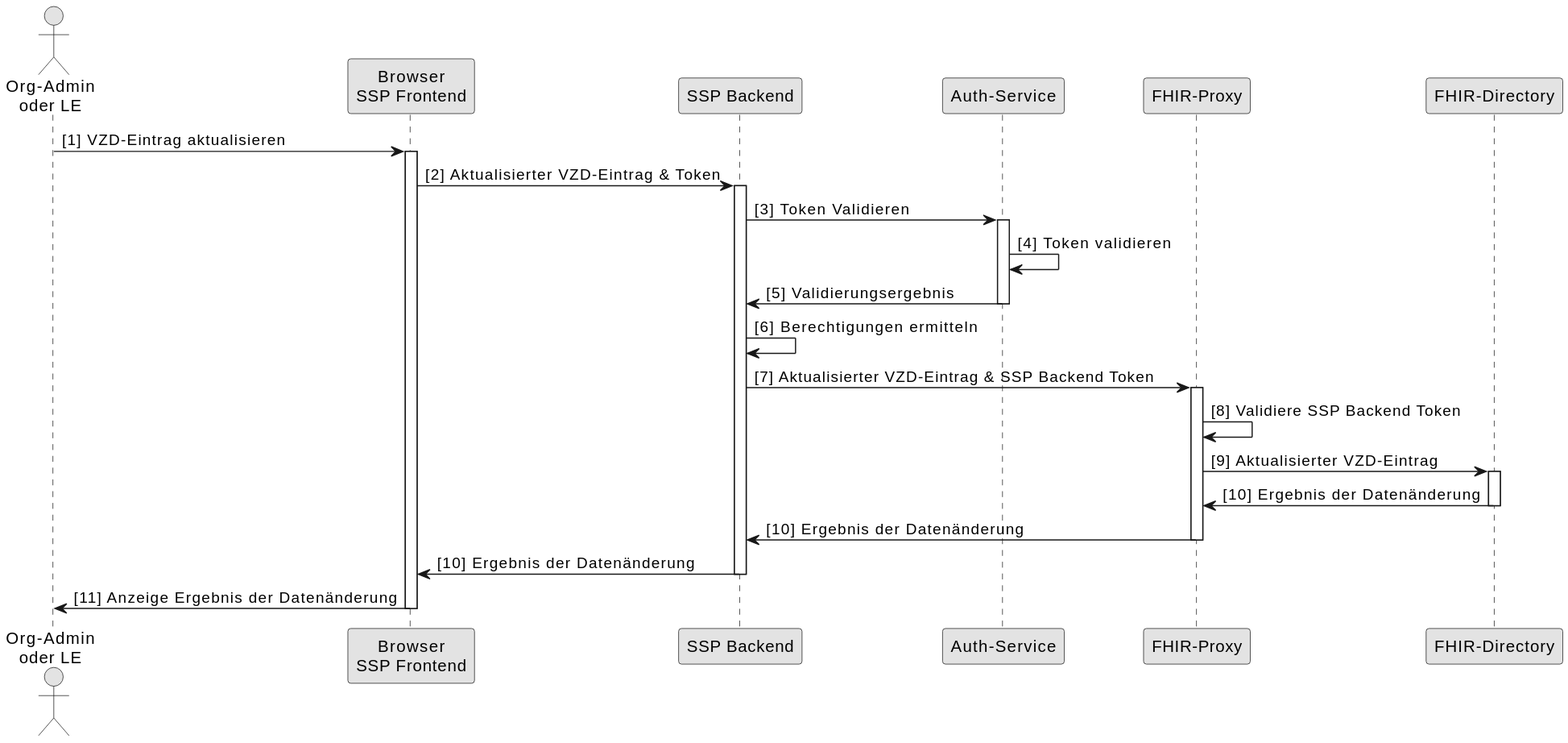
The PlantUML diagram images/diagrams/SequenceDiagram.FHIR-Directory.SSP.Update.svg in gematik/api-vzd, before a commit.
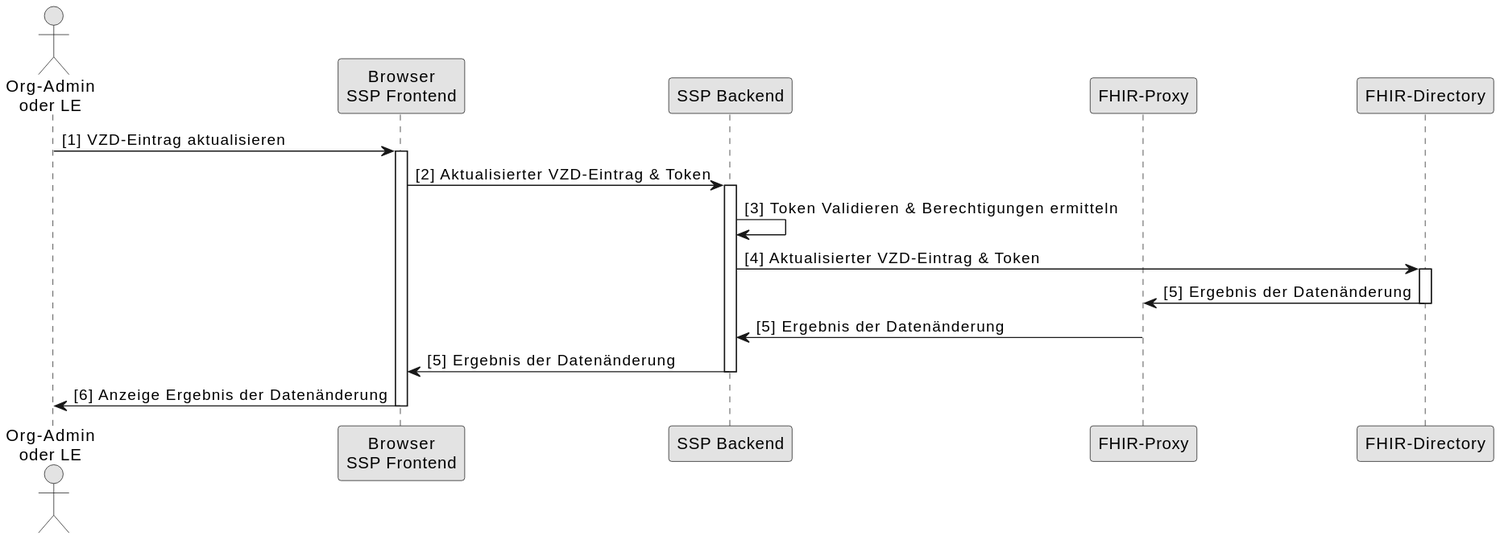
The same diagram one commit later.

Commit message:
Commit from GitHub Actions (GeneratePlantumlImages)

The edit, as a diff of the source:
```diff
@@ -6,7 +6,6 @@
 actor o as "Org-Admin\noder LE"
 participant cl as "Browser\nSSP Frontend"
 participant be as "SSP Backend"
-participant au as "Auth-Service"
 participant fp as "FHIR-Proxy"
 participant fd as "FHIR-Directory"
 
@@ -16,26 +15,17 @@
 cl -> be: [2] Aktualisierter VZD-Eintrag & Token
 activate be
 
-be -> au: [3] Token Validieren
-activate au
-au -> au: [4] Token validieren
-au -> be: [5] Validierungsergebnis
-deactivate au
+be -> be: [3] Token Validieren & Berechtigungen ermitteln
+be -> fd: [4] Aktualisierter VZD-Eintrag & Token
 
-be -> be: [6] Berechtigungen ermitteln
-be -> fp: [7] Aktualisierter VZD-Eintrag & SSP Backend Token
-activate fp
-fp -> fp: [8] Validiere SSP Backend Token
-fp -> fd: [9] Aktualisierter VZD-Eintrag
 activate fd
-
-fd -> fp: [10] Ergebnis der Datenänderung
+fd -> fp: [5] Ergebnis der Datenänderung
 deactivate fd
-fp -> be: [10] Ergebnis der Datenänderung
+fp -> be: [5] Ergebnis der Datenänderung
 deactivate fp
-be -> cl: [10] Ergebnis der Datenänderung
+be -> cl: [5] Ergebnis der Datenänderung
 deactivate be
 
-cl -> o: [11] Anzeige Ergebnis der Datenänderung
+cl -> o: [6] Anzeige Ergebnis der Datenänderung
 deactivate cl
 @enduml
```
